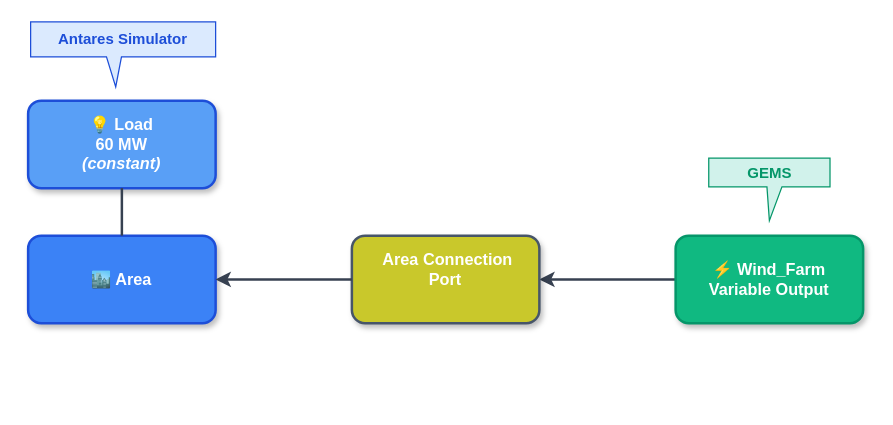
This is doc/assets/4_hybrid_study_scheme.drawio from AntaresSimulatorTeam/GEMS, a draw.io file, before an edit. Source tidied: cells renumbered, new cells numbered last; positions are measured from the earlier drawing's top-left corner, leaving out a move shared by most shapes. Both pictures are drawn from the tidied source at 125%, with x=0, y=0 at pixel (28, 21).
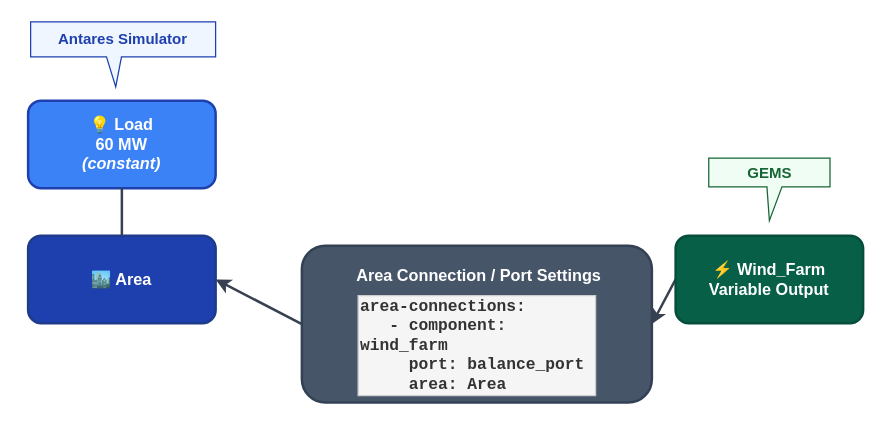
The same diagram, later.

Diff of the diagram source:
```diff
@@
 <mxGraphModel>
   <root>
     <mxCell id="0" />
     <mxCell id="1" parent="0" />
-    <mxCell id="2" value="Antares Simulator" style="shape=callout;whiteSpace=wrap;html=1;perimeter=calloutPerimeter;size=24;position=0.41;fillColor=#DBEAFE;strokeColor=#1D4ED8;strokeWidth=1;fontSize=12;fontStyle=1;fontColor=#1D4ED8;base=12;position2=0.46;" parent="1" vertex="1">
+    <mxCell id="2" value="Antares Simulator" style="shape=callout;whiteSpace=wrap;html=1;perimeter=calloutPerimeter;size=24;position=0.41;fillColor=#EFF6FF;strokeColor=#1E40AF;strokeWidth=1;fontSize=12;fontStyle=1;fontColor=#1E40AF;base=12;position2=0.46;" parent="1" vertex="1">
       <mxGeometry x="2" width="148" height="52" as="geometry" />
     </mxCell>
-    <mxCell id="3" value="🏙️ Area" style="rounded=1;whiteSpace=wrap;html=1;fillColor=#3B82F6;strokeColor=#1D4ED8;strokeWidth=2;fontColor=#FFFFFF;fontStyle=1;fontSize=13;shadow=1;" parent="1" vertex="1">
+    <mxCell id="3" value="🏙️ Area" style="rounded=1;whiteSpace=wrap;html=1;fillColor=#1E40AF;strokeColor=#1E3A8A;strokeWidth=2;fontColor=#FFFFFF;fontStyle=1;fontSize=13;" parent="1" vertex="1">
       <mxGeometry y="171" width="150" height="70" as="geometry" />
     </mxCell>
     <mxCell id="4" style="html=1;rounded=1;strokeWidth=2;strokeColor=#374151;exitX=0;exitY=0.5;exitDx=0;exitDy=0;entryX=1;entryY=0.5;entryDx=0;entryDy=0;" parent="1" edge="1" source="6" target="7">
       <mxGeometry relative="1" as="geometry" />
     </mxCell>
-    <mxCell id="5" value="GEMS" style="shape=callout;whiteSpace=wrap;html=1;perimeter=calloutPerimeter;size=27;position=0.48;fillColor=#D1F2EB;strokeColor=#059669;strokeWidth=1;fontSize=12;fontStyle=1;fontColor=#059669;base=12;" parent="1" vertex="1">
+    <mxCell id="5" value="GEMS" style="shape=callout;whiteSpace=wrap;html=1;perimeter=calloutPerimeter;size=27;position=0.48;fillColor=#F0FDF4;strokeColor=#166534;strokeWidth=1;fontSize=12;fontStyle=1;fontColor=#166534;base=12;" parent="1" vertex="1">
       <mxGeometry x="544.5" y="109" width="97" height="50" as="geometry" />
     </mxCell>
-    <mxCell id="6" value="⚡ Wind_Farm&lt;div&gt;Variable Output&lt;/div&gt;" style="rounded=1;whiteSpace=wrap;html=1;fillColor=#10B981;strokeColor=#059669;strokeWidth=2;fontColor=#FFFFFF;fontStyle=1;fontSize=13;shadow=1;" parent="1" vertex="1">
+    <mxCell id="6" value="⚡ Wind_Farm&lt;div&gt;Variable Output&lt;/div&gt;" style="rounded=1;whiteSpace=wrap;html=1;fillColor=#065F46;strokeColor=#064E3B;strokeWidth=2;fontColor=#FFFFFF;fontStyle=1;fontSize=13;" parent="1" vertex="1">
       <mxGeometry x="518" y="171" width="150" height="70" as="geometry" />
     </mxCell>
-    <mxCell id="7" value="&amp;nbsp;Area Connection&lt;div&gt;Port&lt;br&gt;&lt;div&gt;&lt;br&gt;&lt;/div&gt;&lt;/div&gt;" style="rounded=1;whiteSpace=wrap;html=1;fillColor=#C9C82B;strokeColor=#475569;strokeWidth=2;fontColor=#FFFFFF;fontStyle=1;fontSize=13;shadow=1;" parent="1" vertex="1">
-      <mxGeometry x="259" y="171" width="150" height="70" as="geometry" />
+    <mxCell id="7" value="&amp;nbsp;Area Connection /&amp;nbsp;&lt;span style=&quot;background-color: transparent; color: light-dark(rgb(255, 255, 255), rgb(18, 18, 18));&quot;&gt;Port Settings&lt;/span&gt;&lt;div&gt;&lt;br&gt;&lt;/div&gt;&lt;div&gt;&lt;br&gt;&lt;/div&gt;&lt;div&gt;&lt;br&gt;&lt;div&gt;&lt;br&gt;&lt;/div&gt;&lt;/div&gt;&lt;div&gt;&lt;div class=&quot;scriptor-paragraph&quot; style=&quot;text-align: left;&quot;&gt;&amp;nbsp;&lt;/div&gt;&lt;/div&gt;" style="rounded=1;whiteSpace=wrap;html=1;fillColor=#475569;strokeColor=#334155;strokeWidth=2;fontColor=#FFFFFF;fontStyle=1;fontSize=13;" parent="1" vertex="1">
+      <mxGeometry x="219" y="179" width="280" height="125.5" as="geometry" />
     </mxCell>
-    <mxCell id="8" value="💡 Load&lt;br&gt;&lt;div&gt;60 MW&lt;br&gt;&lt;i&gt;(constant)&lt;/i&gt;&lt;/div&gt;" style="rounded=1;whiteSpace=wrap;html=1;fillColor=#599FF6;strokeColor=#1D4ED8;strokeWidth=2;fontColor=#FFFFFF;fontStyle=1;fontSize=13;shadow=1;" parent="1" vertex="1">
+    <mxCell id="8" value="💡 Load&lt;br&gt;&lt;div&gt;60 MW&lt;br&gt;&lt;i&gt;(constant)&lt;/i&gt;&lt;/div&gt;" style="rounded=1;whiteSpace=wrap;html=1;fillColor=#3B82F6;strokeColor=#1E40AF;strokeWidth=2;fontColor=#FFFFFF;fontStyle=1;fontSize=13;" parent="1" vertex="1">
       <mxGeometry y="63" width="150" height="70" as="geometry" />
     </mxCell>
     <mxCell id="9" style="endArrow=none;html=1;rounded=1;strokeWidth=2;strokeColor=#374151;exitX=0.5;exitY=1;exitDx=0;exitDy=0;entryX=0.5;entryY=0;entryDx=0;entryDy=0;" parent="1" edge="1" source="8" target="3">
       <mxGeometry relative="1" as="geometry" />
     </mxCell>
     <mxCell id="10" style="html=1;rounded=1;strokeWidth=2;strokeColor=#374151;exitX=0;exitY=0.5;exitDx=0;exitDy=0;entryX=1;entryY=0.5;entryDx=0;entryDy=0;" parent="1" edge="1" source="7" target="3">
       <mxGeometry relative="1" as="geometry" />
     </mxCell>
+    <mxCell id="11" value="&lt;div style=&quot;font-size: 13px; font-family: Courier New; text-align: left;&quot;&gt;&lt;b&gt;area-connections:&lt;/b&gt;&lt;/div&gt;&lt;div style=&quot;font-size: 13px; font-family: Courier New; text-align: left;&quot;&gt;&lt;b&gt;&amp;nbsp;&amp;nbsp; - component: wind_farm&lt;/b&gt;&lt;/div&gt;&lt;div style=&quot;font-size: 13px; font-family: Courier New; text-align: left;&quot;&gt;&lt;b&gt;&amp;nbsp;&amp;nbsp;&amp;nbsp;&amp;nbsp; port: balance_port&lt;/b&gt;&lt;/div&gt;&lt;div style=&quot;font-size: 13px; font-family: Courier New; text-align: left;&quot;&gt;&lt;b&gt;&amp;nbsp;&amp;nbsp;&amp;nbsp;&amp;nbsp; area: Area&lt;/b&gt;&lt;/div&gt;" style="rounded=4;whiteSpace=wrap;html=1;fillColor=#f5f5f5;strokeColor=#cccccc;strokeWidth=1;fontFamily=Courier New;fontSize=13;align=left;fontColor=#333333;" parent="1" vertex="1">
+      <mxGeometry x="264" y="219" width="190" height="80" as="geometry" />
+    </mxCell>
   </root>
 </mxGraphModel>
```
